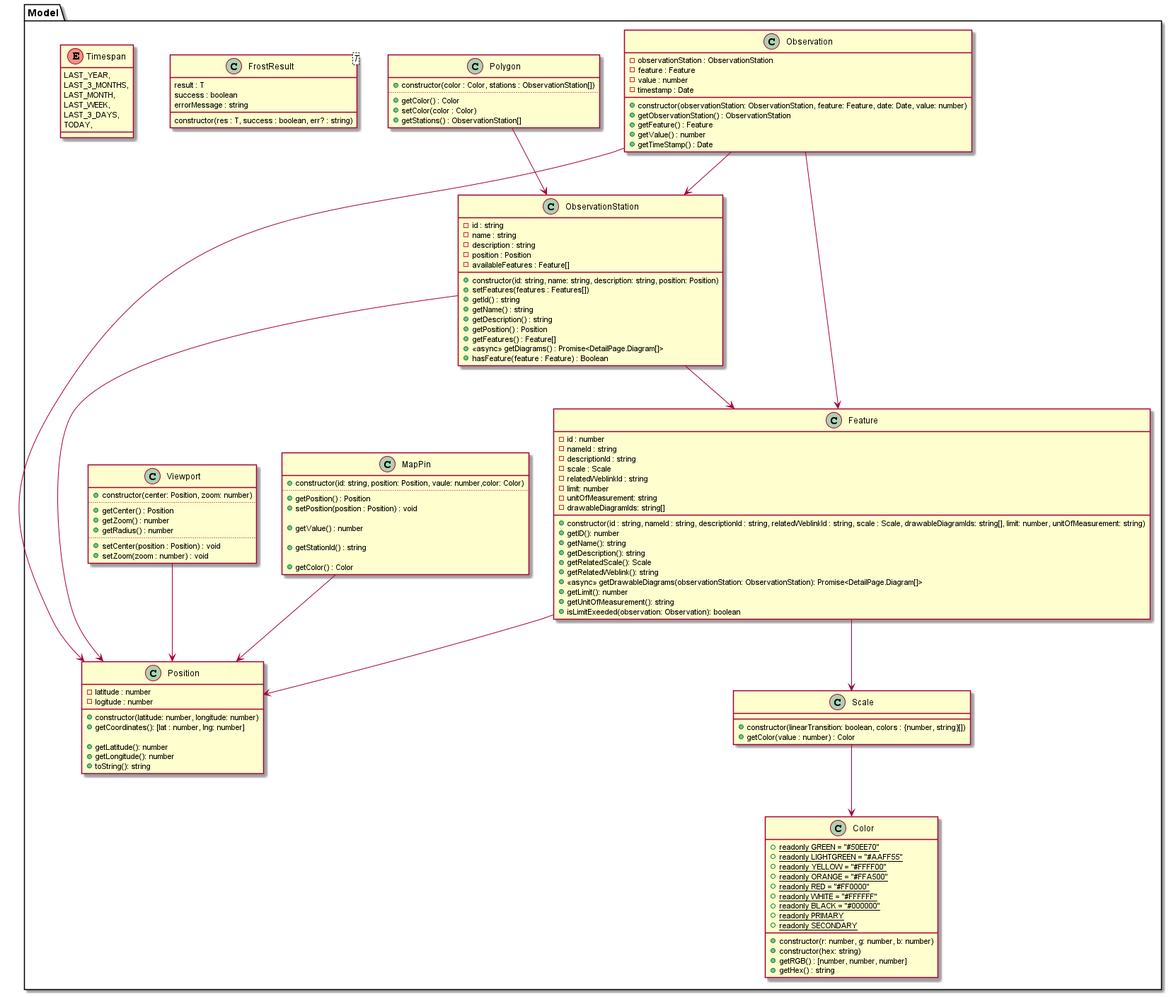
JonaEnz/pse-airquality-1 keeps this PlantUML diagram as Entwurf/Entwurfsdokument/figures/MVC/Model/Model.png. Above is the earlier version.
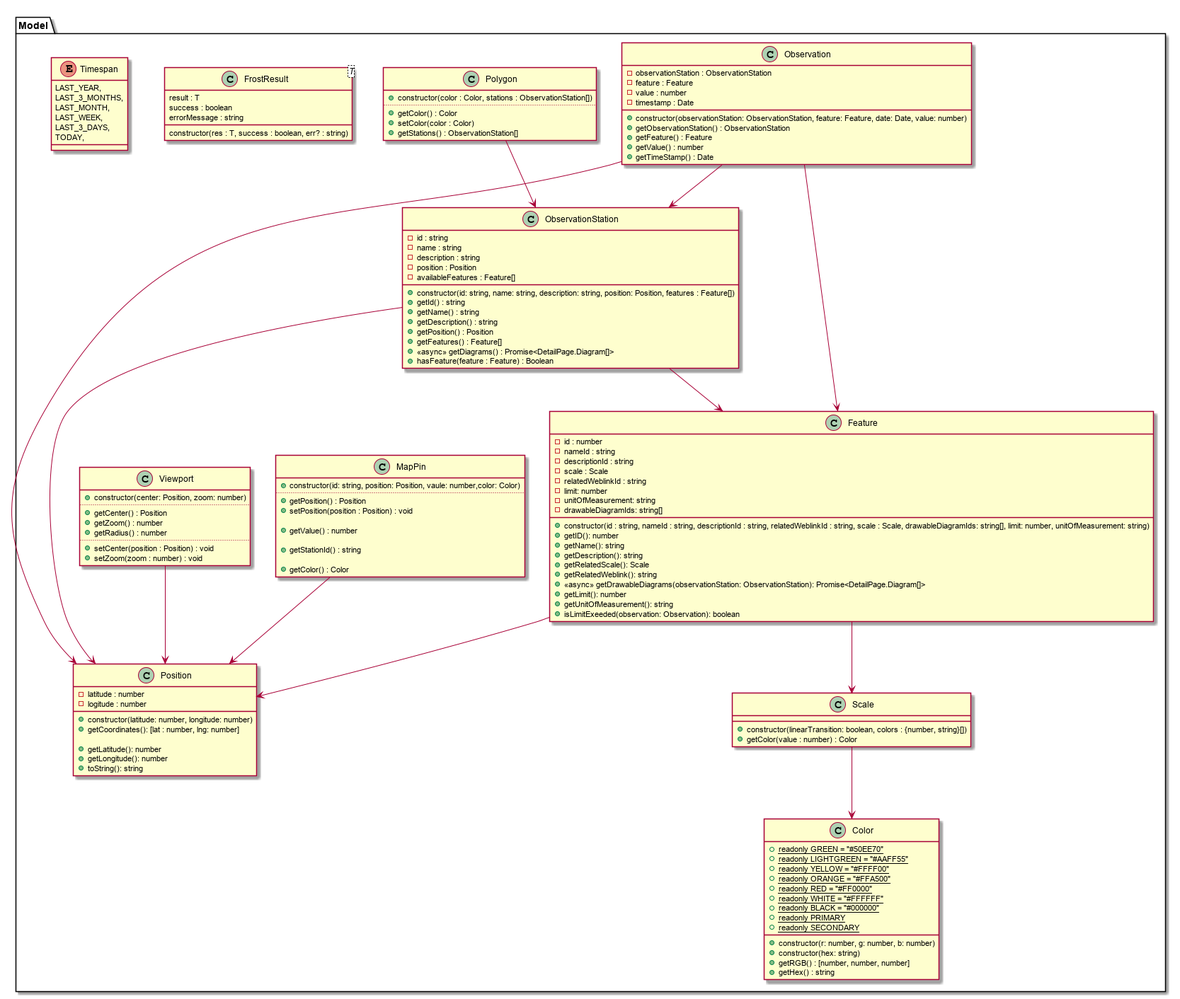
After the change.

Diff of the diagram source:
```diff
@@ -66,8 +66,7 @@
         - position : Position
         - availableFeatures : Feature[]
 
-        + constructor(id: string, name: string, description: string, position: Position)
-        + setFeatures(features : Features[])
+        + constructor(id: string, name: string, description: string, position: Position, features : Feature[])
         + getId() : string
         + getName() : string
         + getDescription() : string
```
